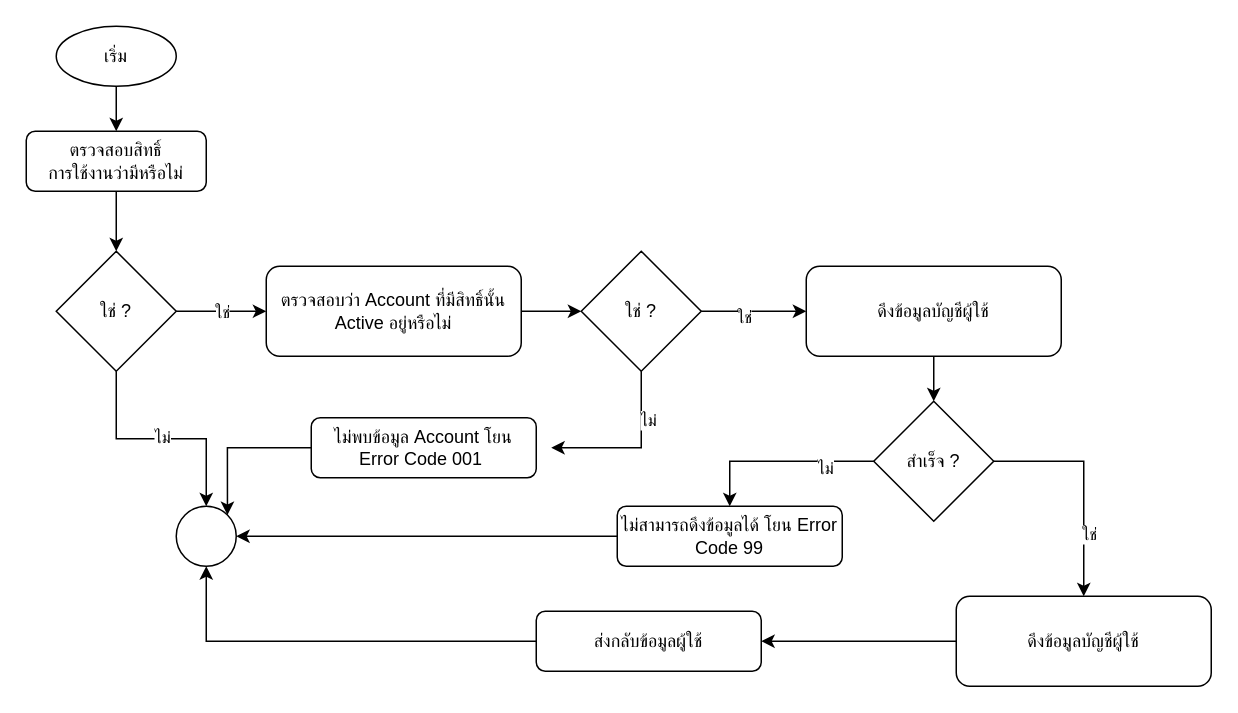
Earlier version of the draw.io diagram account.drawio (charifrodmanee/charifrodmanee). Source tidied: cells renumbered, new cells numbered last; positions are measured from the earlier drawing's top-left corner, leaving out a move shared by most shapes. Both pictures are drawn from the tidied source at 150%, with x=0, y=0 at pixel (26, 26).
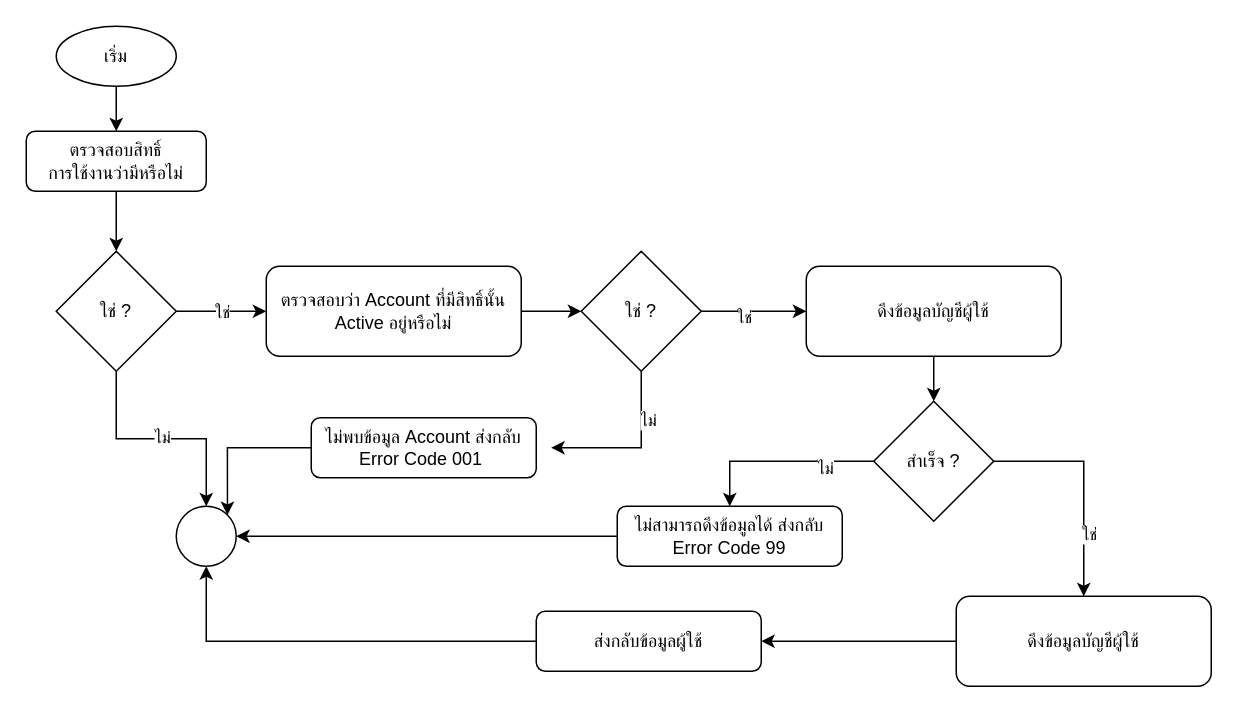
Above is the later version.

The edit, as a diff of the source:
```diff
@@
-    <mxCell id="29" value="ไม่สามารถดึงข้อมูลได้ โยน Error Code 99" style="rounded=1;whiteSpace=wrap;html=1;" parent="1" vertex="1">
+    <mxCell id="29" value="ไม่สามารถดึงข้อมูลได้ ส่งกลับ Error Code 99" style="rounded=1;whiteSpace=wrap;html=1;" parent="1" vertex="1">
       <mxGeometry x="394" y="320" width="150" height="40" as="geometry" />
     </mxCell>
@@
-    <mxCell id="31" value="ไม่พบข้อมูล Account โยน Error Code 001&amp;nbsp;" style="rounded=1;whiteSpace=wrap;html=1;" parent="1" vertex="1">
+    <mxCell id="31" value="ไม่พบข้อมูล Account ส่งกลับ Error Code 001&amp;nbsp;" style="rounded=1;whiteSpace=wrap;html=1;" parent="1" vertex="1">
       <mxGeometry x="190" y="261" width="150" height="40" as="geometry" />
     </mxCell>
```
